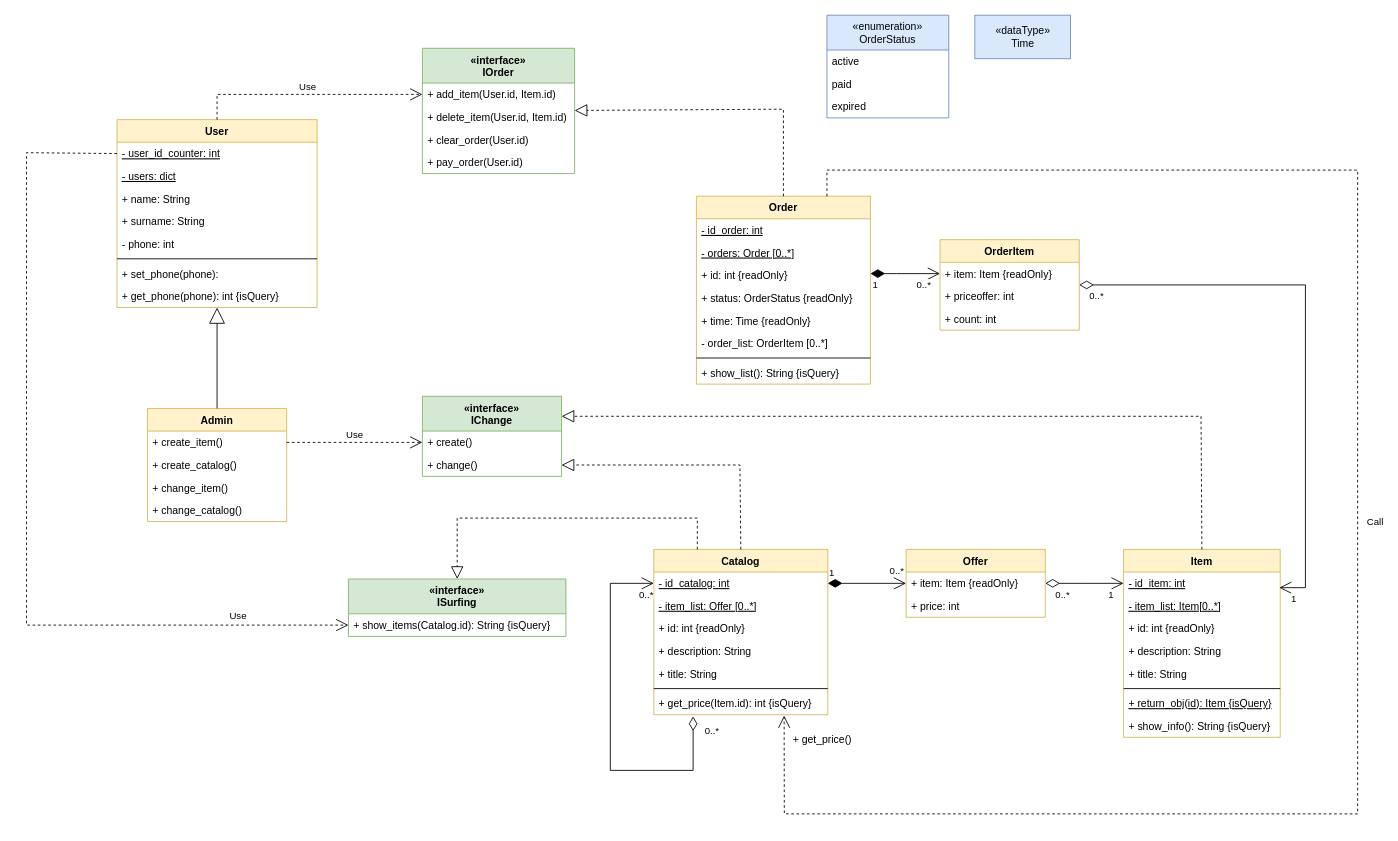
The draw.io diagram shop.drawio in KolyanPWNZ/30_lesson, before the edit. Source tidied: cells renumbered, new cells numbered last; positions are measured from the earlier drawing's top-left corner, leaving out a move shared by most shapes. Both pictures are drawn from the tidied source at 87%, with x=0, y=0 at pixel (26, 15).
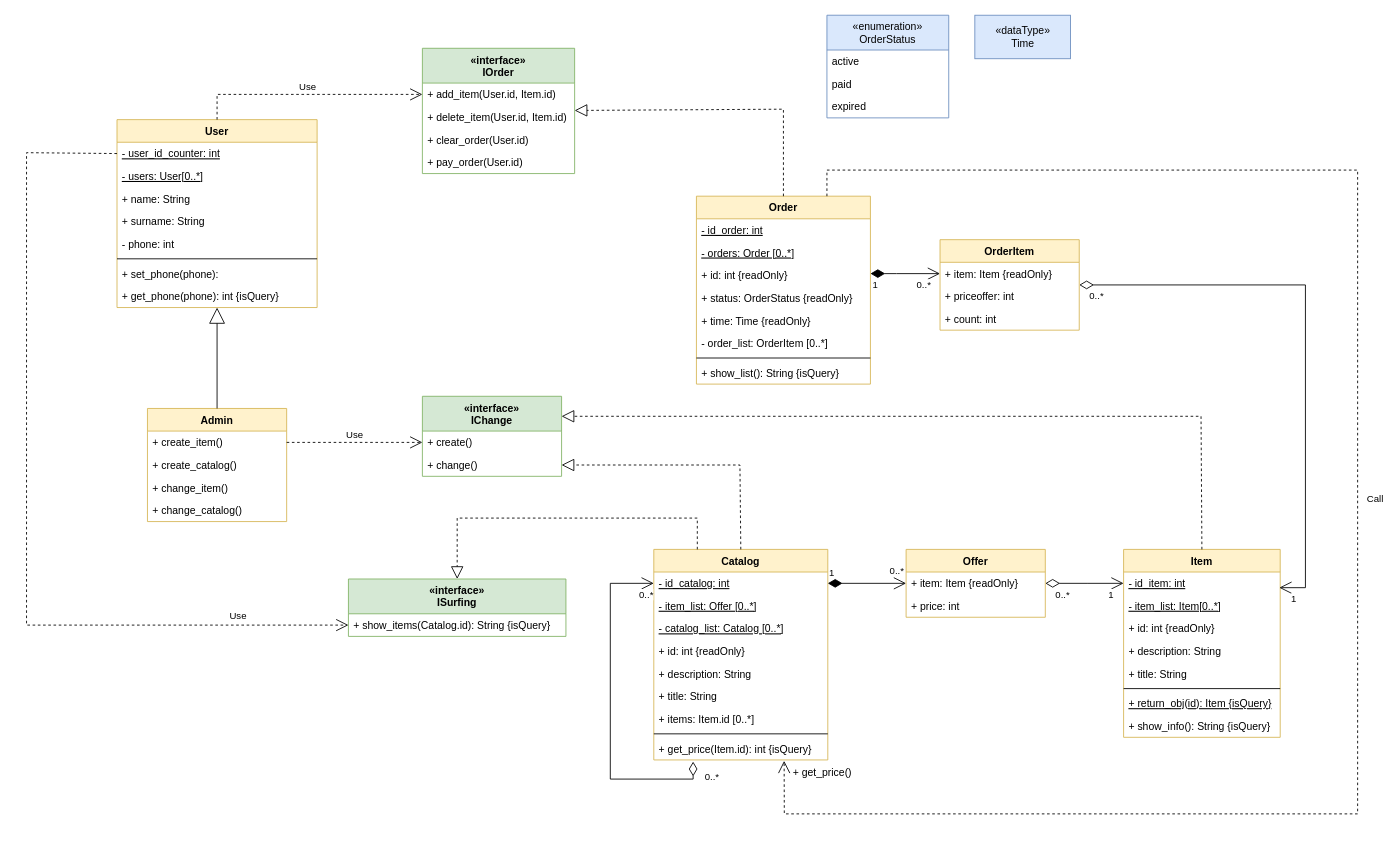
The same page after the edit.

The change refers to these unchanged cells:
```xml
<mxCell id="2" value="User" style="swimlane;fontStyle=1;align=center;verticalAlign=top;horizontal=1;startSize=26;fillColor=#fff2cc;strokeColor=#d6b656;" parent="1" vertex="1">
  <mxGeometry x="104" y="120" width="230" height="216" as="geometry" />
</mxCell>
<mxCell id="36" value="- id_catalog: int" style="text;strokeColor=none;fillColor=none;align=left;verticalAlign=top;spacingLeft=4;spacingRight=4;overflow=hidden;points=[[0,0.5],[1,0.5]];portConstraint=eastwest;fontStyle=4;" parent="35" vertex="1">
  <mxGeometry y="26" width="200" height="26" as="geometry" />
</mxCell>
```

Diff of the diagram source:
```diff
@@
-    <mxCell id="4" value="- users: dict" style="text;strokeColor=none;fillColor=none;align=left;verticalAlign=top;spacingLeft=4;spacingRight=4;overflow=hidden;fontStyle=4;" parent="2" vertex="1">
+    <mxCell id="4" value="- users: User[0..*]" style="text;strokeColor=none;fillColor=none;align=left;verticalAlign=top;spacingLeft=4;spacingRight=4;overflow=hidden;fontStyle=4;" parent="2" vertex="1">
       <mxGeometry y="52" width="230" height="26" as="geometry" />
     </mxCell>
@@
     <mxCell id="35" value="Catalog" style="swimlane;fontStyle=1;align=center;verticalAlign=top;horizontal=1;startSize=26;fillColor=#fff2cc;strokeColor=#d6b656;" parent="1" vertex="1">
-      <mxGeometry x="721" y="614" width="200" height="190" as="geometry" />
+      <mxGeometry x="721" y="614" width="200" height="242" as="geometry" />
     </mxCell>
@@
+    <mxCell id="88" value="- catalog_list: Catalog [0..*]" style="text;strokeColor=none;fillColor=none;align=left;verticalAlign=top;spacingLeft=4;spacingRight=4;overflow=hidden;fontStyle=4;" parent="35" vertex="1">
+      <mxGeometry y="78" width="200" height="26" as="geometry" />
+    </mxCell>
     <mxCell id="38" value="+ id: int {readOnly}" style="text;strokeColor=none;fillColor=none;align=left;verticalAlign=top;spacingLeft=4;spacingRight=4;overflow=hidden;" parent="35" vertex="1">
-      <mxGeometry y="78" width="200" height="26" as="geometry" />
+      <mxGeometry y="104" width="200" height="26" as="geometry" />
     </mxCell>
     <mxCell id="39" value="+ description: String" style="text;strokeColor=none;fillColor=none;align=left;verticalAlign=top;spacingLeft=4;spacingRight=4;overflow=hidden;fontStyle=0;" parent="35" vertex="1">
-      <mxGeometry y="104" width="200" height="26" as="geometry" />
+      <mxGeometry y="130" width="200" height="26" as="geometry" />
     </mxCell>
     <mxCell id="40" value="+ title: String" style="text;strokeColor=none;fillColor=none;align=left;verticalAlign=top;spacingLeft=4;spacingRight=4;overflow=hidden;fontStyle=0;" parent="35" vertex="1">
-      <mxGeometry y="130" width="200" height="26" as="geometry" />
+      <mxGeometry y="156" width="200" height="26" as="geometry" />
     </mxCell>
+    <mxCell id="89" value="+ items: Item.id [0..*]" style="text;strokeColor=none;fillColor=none;align=left;verticalAlign=top;spacingLeft=4;spacingRight=4;overflow=hidden;" parent="35" vertex="1">
+      <mxGeometry y="182" width="200" height="26" as="geometry" />
+    </mxCell>
     <mxCell id="41" style="line;strokeWidth=1;fillColor=none;align=left;verticalAlign=middle;spacingTop=-1;spacingLeft=3;spacingRight=3;labelPosition=right;" parent="35" vertex="1">
-      <mxGeometry y="156" width="200" height="8" as="geometry" />
+      <mxGeometry y="208" width="200" height="8" as="geometry" />
     </mxCell>
-    <mxCell id="42" value="+ get_price(Item.id): int {isQuery}" style="text;strokeColor=none;fillColor=none;align=left;verticalAlign=top;spacingLeft=4;spacingRight=4;overflow=hidden;points=[[0,0.5],[1,0.5]];portConstraint=eastwest;" parent="35" vertex="1">
-      <mxGeometry y="164" width="200" height="26" as="geometry" />
+    <mxCell id="42" value="+ get_price(Item.id): int {isQuery}" style="text;strokeColor=none;fillColor=none;align=left;verticalAlign=top;spacingLeft=4;spacingRight=4;overflow=hidden;points=[[0,0.5],[1,0.5]];portConstraint=eastwest;fontStyle=0;" parent="35" vertex="1">
+      <mxGeometry y="216" width="200" height="26" as="geometry" />
     </mxCell>
     <mxCell id="43" style="endArrow=open;html=1;endSize=12;startArrow=diamondThin;startSize=14;startFill=0;edgeStyle=orthogonalEdgeStyle;rounded=0;exitX=0.226;exitY=1.074;exitDx=0;exitDy=0;exitPerimeter=0;entryX=0;entryY=0.5;entryDx=0;entryDy=0;" parent="35" edge="1" source="42" target="36">
       <mxGeometry x="0.03" y="20" relative="1" as="geometry">
         <Array as="points">
-          <mxPoint x="45" y="254" />
-          <mxPoint x="-50" y="254" />
+          <mxPoint x="45" y="264" />
+          <mxPoint x="-50" y="264" />
           <mxPoint x="-50" y="39" />
         </Array>
       </mxGeometry>
     </mxCell>
@@
     <mxCell id="79" value="&lt;span style=&quot;font-family: &amp;#34;helvetica&amp;#34; ; text-align: left&quot;&gt;+ get_price()&lt;/span&gt;" style="text;html=1;strokeColor=none;fillColor=none;align=center;verticalAlign=middle;whiteSpace=wrap;rounded=0;" parent="1" vertex="1">
-      <mxGeometry x="870" y="818" width="90" height="30" as="geometry" />
+      <mxGeometry x="870" y="856" width="90" height="30" as="geometry" />
     </mxCell>
```
